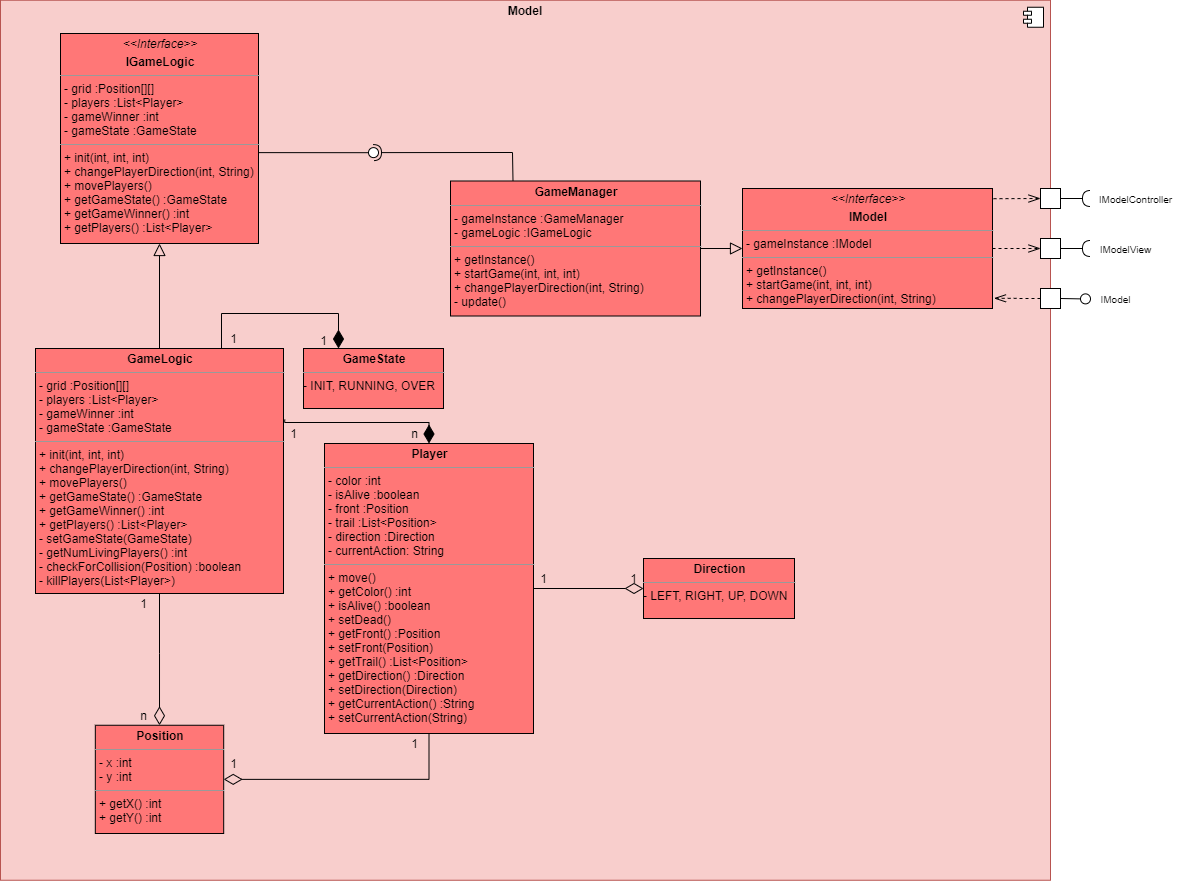
This is Doku/images/Model_Ebene3_Refactor.png from KjellooMelloo/gameoftrons, a draw.io export, as it was before one commit. Source tidied: cells renumbered, new cells last; positions are measured from the earlier drawing's top-left corner, leaving out a move shared by most shapes.
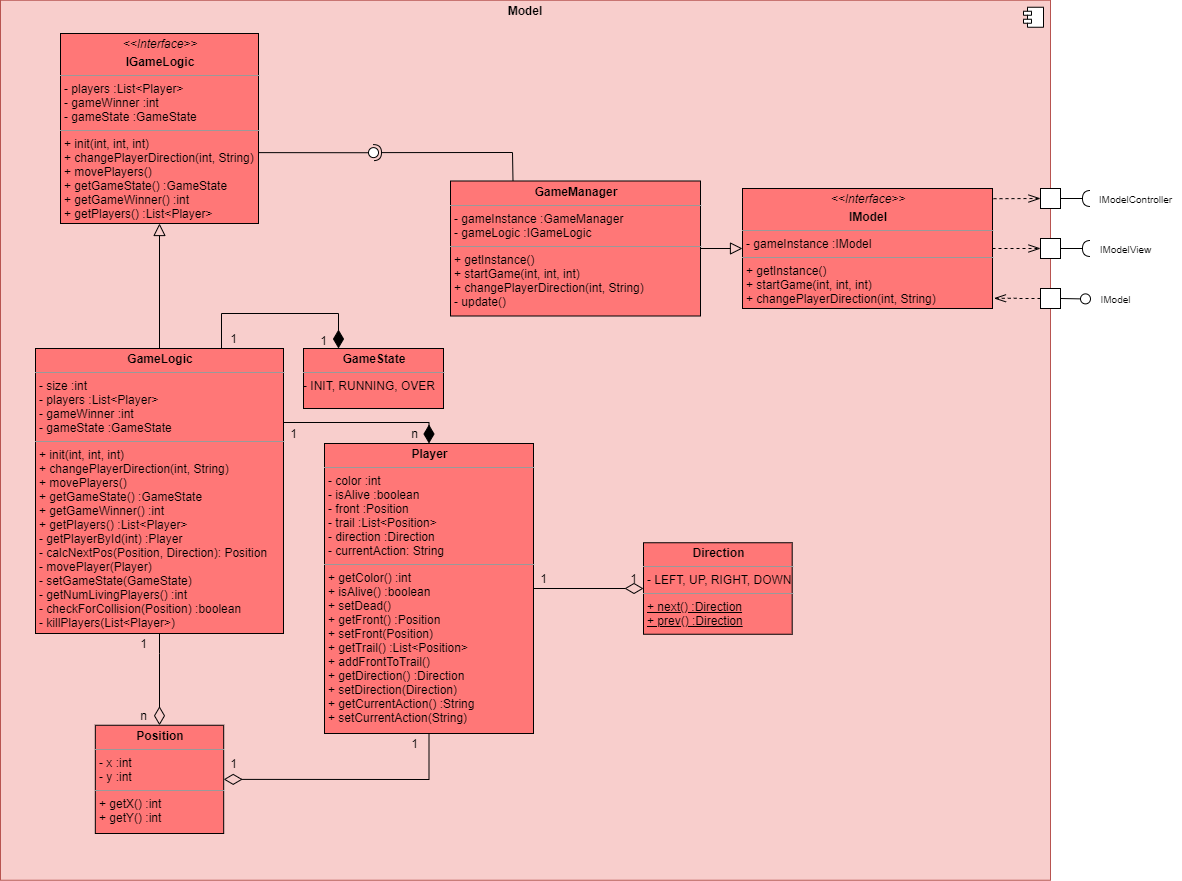
The same diagram one commit later.

Commit message:
changed some method logic and updated sd 4 + 5 incl. sd for move and checkForCollision

What changed in the source:
```diff
@@ -37,20 +37,21 @@
     <mxCell id="9" style="edgeStyle=orthogonalEdgeStyle;rounded=0;jettySize=auto;html=1;entryX=0.5;entryY=1;entryDx=0;entryDy=0;endArrow=block;endFill=0;endSize=10;" parent="1" edge="1" source="10" target="32">
       <mxGeometry relative="1" as="geometry" />
     </mxCell>
-    <mxCell id="10" value="&lt;p style=&quot;margin: 0px ; margin-top: 4px ; text-align: center&quot;&gt;&lt;b&gt;GameLogic&lt;/b&gt;&lt;/p&gt;&lt;hr size=&quot;1&quot;&gt;&lt;p style=&quot;margin: 0px ; margin-left: 4px&quot;&gt;- grid :Position[][]&lt;/p&gt;&lt;p style=&quot;margin: 0px ; margin-left: 4px&quot;&gt;- players :List&amp;lt;Player&amp;gt;&lt;/p&gt;&lt;p style=&quot;margin: 0px 0px 0px 4px&quot;&gt;&lt;span&gt;- gameWinner :int&lt;/span&gt;&lt;br&gt;&lt;/p&gt;&lt;p style=&quot;margin: 0px ; margin-left: 4px&quot;&gt;- gameState :GameState&lt;/p&gt;&lt;hr size=&quot;1&quot;&gt;&lt;p style=&quot;margin: 0px ; margin-left: 4px&quot;&gt;&lt;span&gt;+ init(int, int, int)&lt;/span&gt;&lt;/p&gt;&lt;p style=&quot;margin: 0px ; margin-left: 4px&quot;&gt;&lt;span&gt;+ changePlayerDirection(int, String)&lt;/span&gt;&lt;br&gt;&lt;/p&gt;&lt;p style=&quot;margin: 0px ; margin-left: 4px&quot;&gt;&lt;span&gt;+ movePlayers()&lt;/span&gt;&lt;/p&gt;&lt;p style=&quot;margin: 0px ; margin-left: 4px&quot;&gt;&lt;span&gt;+ getGameState() :GameState&lt;/span&gt;&lt;br&gt;&lt;/p&gt;&lt;p style=&quot;margin: 0px ; margin-left: 4px&quot;&gt;&lt;span&gt;+ getGameWinner() :int&lt;/span&gt;&lt;/p&gt;&lt;p style=&quot;margin: 0px ; margin-left: 4px&quot;&gt;+ getPlayers() :List&amp;lt;Player&amp;gt;&lt;/p&gt;&lt;p style=&quot;margin: 0px ; margin-left: 4px&quot;&gt;- setGameState(GameState)&lt;/p&gt;&lt;p style=&quot;margin: 0px 0px 0px 4px&quot;&gt;- getNumLivingPlayers() :int&lt;/p&gt;&lt;p style=&quot;margin: 0px 0px 0px 4px&quot;&gt;- checkForCollision(Position) :boolean&lt;/p&gt;&lt;p style=&quot;margin: 0px 0px 0px 4px&quot;&gt;- killPlayers(List&amp;lt;Player&amp;gt;)&lt;/p&gt;" style="verticalAlign=top;align=left;overflow=fill;fontSize=12;fontFamily=Helvetica;html=1;fillColor=#FF7777;strokeColor=#000000;" parent="1" vertex="1">
-      <mxGeometry x="35" y="348" width="248" height="245" as="geometry" />
+    <mxCell id="10" value="&lt;p style=&quot;margin: 0px ; margin-top: 4px ; text-align: center&quot;&gt;&lt;b&gt;GameLogic&lt;/b&gt;&lt;/p&gt;&lt;hr size=&quot;1&quot;&gt;&lt;p style=&quot;margin: 0px ; margin-left: 4px&quot;&gt;- size :int&lt;/p&gt;&lt;p style=&quot;margin: 0px ; margin-left: 4px&quot;&gt;- players :List&amp;lt;Player&amp;gt;&lt;/p&gt;&lt;p style=&quot;margin: 0px 0px 0px 4px&quot;&gt;&lt;span&gt;- gameWinner :int&lt;/span&gt;&lt;br&gt;&lt;/p&gt;&lt;p style=&quot;margin: 0px ; margin-left: 4px&quot;&gt;- gameState :GameState&lt;/p&gt;&lt;hr size=&quot;1&quot;&gt;&lt;p style=&quot;margin: 0px ; margin-left: 4px&quot;&gt;&lt;span&gt;+ init(int, int, int)&lt;/span&gt;&lt;/p&gt;&lt;p style=&quot;margin: 0px ; margin-left: 4px&quot;&gt;&lt;span&gt;+ changePlayerDirection(int, String)&lt;/span&gt;&lt;br&gt;&lt;/p&gt;&lt;p style=&quot;margin: 0px ; margin-left: 4px&quot;&gt;&lt;span&gt;+ movePlayers()&lt;/span&gt;&lt;/p&gt;&lt;p style=&quot;margin: 0px ; margin-left: 4px&quot;&gt;&lt;span&gt;+ getGameState() :GameState&lt;/span&gt;&lt;br&gt;&lt;/p&gt;&lt;p style=&quot;margin: 0px ; margin-left: 4px&quot;&gt;&lt;span&gt;+ getGameWinner() :int&lt;/span&gt;&lt;/p&gt;&lt;p style=&quot;margin: 0px ; margin-left: 4px&quot;&gt;+ getPlayers() :List&amp;lt;Player&amp;gt;&lt;/p&gt;&lt;p style=&quot;margin: 0px ; margin-left: 4px&quot;&gt;&lt;span&gt;- getPlayerById(int) :Player&lt;/span&gt;&lt;br&gt;&lt;/p&gt;&lt;p style=&quot;margin: 0px ; margin-left: 4px&quot;&gt;- calcNextPos(Position, Direction): Position&lt;/p&gt;&lt;p style=&quot;margin: 0px ; margin-left: 4px&quot;&gt;- movePlayer(Player)&lt;/p&gt;&lt;p style=&quot;margin: 0px ; margin-left: 4px&quot;&gt;- setGameState(GameState)&lt;/p&gt;&lt;p style=&quot;margin: 0px 0px 0px 4px&quot;&gt;- getNumLivingPlayers() :int&lt;/p&gt;&lt;p style=&quot;margin: 0px 0px 0px 4px&quot;&gt;- checkForCollision(Position) :boolean&lt;/p&gt;&lt;p style=&quot;margin: 0px 0px 0px 4px&quot;&gt;- killPlayers(List&amp;lt;Player&amp;gt;)&lt;/p&gt;" style="verticalAlign=top;align=left;overflow=fill;fontSize=12;fontFamily=Helvetica;html=1;fillColor=#FF7777;strokeColor=#000000;" parent="1" vertex="1">
+      <mxGeometry x="35" y="348" width="248" height="285" as="geometry" />
     </mxCell>
-    <mxCell id="11" style="endArrow=diamondThin;endSize=16;endFill=1;shadow=0;strokeWidth=1;rounded=0;edgeStyle=elbowEdgeStyle;elbow=vertical;entryX=0.5;entryY=0;entryDx=0;entryDy=0;exitX=1.005;exitY=0.29;exitDx=0;exitDy=0;exitPerimeter=0;" parent="1" edge="1" source="10" target="13">
+    <mxCell id="11" style="endArrow=diamondThin;endSize=16;endFill=1;shadow=0;strokeWidth=1;rounded=0;edgeStyle=elbowEdgeStyle;elbow=vertical;entryX=0.5;entryY=0;entryDx=0;entryDy=0;" parent="1" edge="1" target="13">
       <mxGeometry relative="1" as="geometry">
+        <mxPoint x="283" y="422" as="sourcePoint" />
         <Array as="points">
           <mxPoint x="363" y="422" />
         </Array>
       </mxGeometry>
     </mxCell>
-    <mxCell id="12" style="edgeStyle=orthogonalEdgeStyle;rounded=0;jettySize=auto;html=1;entryX=0;entryY=0.5;entryDx=0;entryDy=0;endArrow=diamondThin;endFill=0;endSize=16;" parent="1" edge="1" source="13" target="38">
+    <mxCell id="12" style="edgeStyle=orthogonalEdgeStyle;rounded=0;jettySize=auto;html=1;entryX=0;entryY=0.5;entryDx=0;entryDy=0;endArrow=diamondThin;endFill=0;endSize=16;" parent="1" edge="1" source="13" target="45">
       <mxGeometry relative="1" as="geometry" />
     </mxCell>
-    <mxCell id="13" value="&lt;p style=&quot;margin: 0px ; margin-top: 4px ; text-align: center&quot;&gt;&lt;b&gt;Player&lt;/b&gt;&lt;/p&gt;&lt;hr size=&quot;1&quot;&gt;&lt;p style=&quot;margin: 0px ; margin-left: 4px&quot;&gt;&lt;span&gt;- color :int&lt;/span&gt;&lt;/p&gt;&lt;p style=&quot;margin: 0px ; margin-left: 4px&quot;&gt;&lt;span&gt;- isAlive :boolean&lt;/span&gt;&lt;/p&gt;&lt;p style=&quot;margin: 0px ; margin-left: 4px&quot;&gt;- front :Position&lt;/p&gt;&lt;p style=&quot;margin: 0px ; margin-left: 4px&quot;&gt;- trail :List&amp;lt;Position&amp;gt;&lt;/p&gt;&lt;p style=&quot;margin: 0px ; margin-left: 4px&quot;&gt;- direction :Direction&lt;/p&gt;&lt;p style=&quot;margin: 0px ; margin-left: 4px&quot;&gt;- currentAction: String&lt;/p&gt;&lt;hr size=&quot;1&quot;&gt;&lt;p style=&quot;margin: 0px 0px 0px 4px&quot;&gt;+ move()&lt;/p&gt;&lt;p style=&quot;margin: 0px ; margin-left: 4px&quot;&gt;&lt;span&gt;+ getColor() :int&lt;/span&gt;&lt;br&gt;&lt;/p&gt;&lt;p style=&quot;margin: 0px ; margin-left: 4px&quot;&gt;&lt;span&gt;+ isAlive() :boolean&lt;/span&gt;&lt;/p&gt;&lt;p style=&quot;margin: 0px ; margin-left: 4px&quot;&gt;&lt;span&gt;+ setDead()&lt;/span&gt;&lt;/p&gt;&lt;p style=&quot;margin: 0px ; margin-left: 4px&quot;&gt;+ getFront() :Position&lt;/p&gt;&lt;p style=&quot;margin: 0px ; margin-left: 4px&quot;&gt;+ setFront(Position)&lt;/p&gt;&lt;p style=&quot;margin: 0px ; margin-left: 4px&quot;&gt;&lt;span&gt;+ getTrail() :List&amp;lt;Position&amp;gt;&lt;/span&gt;&lt;br&gt;&lt;/p&gt;&lt;p style=&quot;margin: 0px ; margin-left: 4px&quot;&gt;+ getDirection() :Direction&lt;/p&gt;&lt;p style=&quot;margin: 0px ; margin-left: 4px&quot;&gt;+ setDirection(Direction)&lt;/p&gt;&lt;p style=&quot;margin: 0px ; margin-left: 4px&quot;&gt;+ getCurrentAction() :String&lt;/p&gt;&lt;p style=&quot;margin: 0px ; margin-left: 4px&quot;&gt;+ setCurrentAction(String)&lt;/p&gt;" style="verticalAlign=top;align=left;overflow=fill;fontSize=12;fontFamily=Helvetica;html=1;fillColor=#FF7777;strokeColor=#000000;" parent="1" vertex="1">
+    <mxCell id="13" value="&lt;p style=&quot;margin: 0px ; margin-top: 4px ; text-align: center&quot;&gt;&lt;b&gt;Player&lt;/b&gt;&lt;/p&gt;&lt;hr size=&quot;1&quot;&gt;&lt;p style=&quot;margin: 0px ; margin-left: 4px&quot;&gt;&lt;span&gt;- color :int&lt;/span&gt;&lt;/p&gt;&lt;p style=&quot;margin: 0px ; margin-left: 4px&quot;&gt;&lt;span&gt;- isAlive :boolean&lt;/span&gt;&lt;/p&gt;&lt;p style=&quot;margin: 0px ; margin-left: 4px&quot;&gt;- front :Position&lt;/p&gt;&lt;p style=&quot;margin: 0px ; margin-left: 4px&quot;&gt;- trail :List&amp;lt;Position&amp;gt;&lt;/p&gt;&lt;p style=&quot;margin: 0px ; margin-left: 4px&quot;&gt;- direction :Direction&lt;/p&gt;&lt;p style=&quot;margin: 0px ; margin-left: 4px&quot;&gt;- currentAction: String&lt;/p&gt;&lt;hr size=&quot;1&quot;&gt;&lt;p style=&quot;margin: 0px 0px 0px 4px&quot;&gt;&lt;span&gt;+ getColor() :int&lt;/span&gt;&lt;br&gt;&lt;/p&gt;&lt;p style=&quot;margin: 0px ; margin-left: 4px&quot;&gt;&lt;span&gt;+ isAlive() :boolean&lt;/span&gt;&lt;/p&gt;&lt;p style=&quot;margin: 0px ; margin-left: 4px&quot;&gt;&lt;span&gt;+ setDead()&lt;/span&gt;&lt;/p&gt;&lt;p style=&quot;margin: 0px ; margin-left: 4px&quot;&gt;+ getFront() :Position&lt;/p&gt;&lt;p style=&quot;margin: 0px ; margin-left: 4px&quot;&gt;+ setFront(Position)&lt;/p&gt;&lt;p style=&quot;margin: 0px ; margin-left: 4px&quot;&gt;&lt;span&gt;+ getTrail() :List&amp;lt;Position&amp;gt;&lt;/span&gt;&lt;br&gt;&lt;/p&gt;&lt;p style=&quot;margin: 0px ; margin-left: 4px&quot;&gt;&lt;span&gt;+ addFrontToTrail()&lt;/span&gt;&lt;/p&gt;&lt;p style=&quot;margin: 0px ; margin-left: 4px&quot;&gt;+ getDirection() :Direction&lt;/p&gt;&lt;p style=&quot;margin: 0px ; margin-left: 4px&quot;&gt;+ setDirection(Direction)&lt;/p&gt;&lt;p style=&quot;margin: 0px ; margin-left: 4px&quot;&gt;+ getCurrentAction() :String&lt;/p&gt;&lt;p style=&quot;margin: 0px ; margin-left: 4px&quot;&gt;+ setCurrentAction(String)&lt;/p&gt;" style="verticalAlign=top;align=left;overflow=fill;fontSize=12;fontFamily=Helvetica;html=1;fillColor=#FF7777;strokeColor=#000000;" parent="1" vertex="1">
       <mxGeometry x="324" y="443" width="209" height="290" as="geometry" />
     </mxCell>
     <mxCell id="14" style="rounded=0;whiteSpace=wrap;html=1;" parent="1" vertex="1">
@@ -81,7 +82,7 @@
       <mxGeometry x="133" y="704.8" width="20" height="20" as="geometry" />
     </mxCell>
     <mxCell id="23" value="1" style="text;html=1;align=center;verticalAlign=middle;" parent="1" vertex="1">
-      <mxGeometry x="133" y="593" width="20" height="20" as="geometry" />
+      <mxGeometry x="133" y="633" width="20" height="20" as="geometry" />
     </mxCell>
     <mxCell id="24" value="1" style="text;html=1;align=center;verticalAlign=middle;" parent="1" vertex="1">
       <mxGeometry x="283" y="423" width="20" height="20" as="geometry" />
@@ -111,8 +112,8 @@
     <mxCell id="31" value="1" style="text;html=1;align=center;verticalAlign=middle;" parent="1" vertex="1">
       <mxGeometry x="223" y="328" width="20" height="20" as="geometry" />
     </mxCell>
-    <mxCell id="32" value="&lt;p style=&quot;margin: 0px ; margin-top: 4px ; text-align: center&quot;&gt;&lt;i&gt;&amp;lt;&amp;lt;Interface&amp;gt;&amp;gt;&lt;/i&gt;&lt;/p&gt;&lt;p style=&quot;margin: 0px ; margin-top: 4px ; text-align: center&quot;&gt;&lt;b&gt;IGameLogic&lt;/b&gt;&lt;/p&gt;&lt;hr size=&quot;1&quot;&gt;&lt;p style=&quot;margin: 0px ; margin-left: 4px&quot;&gt;- grid :Position[][]&amp;nbsp;&lt;/p&gt;&lt;p style=&quot;margin: 0px ; margin-left: 4px&quot;&gt;&lt;span&gt;- players :List&amp;lt;Player&amp;gt;&lt;/span&gt;&lt;/p&gt;&lt;p style=&quot;margin: 0px ; margin-left: 4px&quot;&gt;&lt;span&gt;- gameWinner :int&lt;/span&gt;&lt;br&gt;&lt;/p&gt;&lt;p style=&quot;margin: 0px ; margin-left: 4px&quot;&gt;- gameState :GameState&lt;/p&gt;&lt;hr size=&quot;1&quot;&gt;&lt;p style=&quot;margin: 0px ; margin-left: 4px&quot;&gt;+ init(int, int, int)&lt;/p&gt;&lt;p style=&quot;margin: 0px ; margin-left: 4px&quot;&gt;+ changePlayerDirection(int, String)&lt;/p&gt;&lt;p style=&quot;margin: 0px ; margin-left: 4px&quot;&gt;&lt;span&gt;+ movePlayers()&lt;/span&gt;&lt;/p&gt;&lt;p style=&quot;margin: 0px ; margin-left: 4px&quot;&gt;&lt;span&gt;+ getGameState() :GameState&lt;/span&gt;&lt;br&gt;&lt;/p&gt;&lt;p style=&quot;margin: 0px ; margin-left: 4px&quot;&gt;&lt;span&gt;+ getGameWinner() :int&lt;/span&gt;&lt;/p&gt;&lt;p style=&quot;margin: 0px ; margin-left: 4px&quot;&gt;+ getPlayers() :List&amp;lt;Player&amp;gt;&lt;/p&gt;" style="verticalAlign=top;align=left;overflow=fill;fontSize=12;fontFamily=Helvetica;html=1;fillColor=#FF7777;strokeColor=#000000;" parent="1" vertex="1">
-      <mxGeometry x="60" y="33" width="198" height="210" as="geometry" />
+    <mxCell id="32" value="&lt;p style=&quot;margin: 0px ; margin-top: 4px ; text-align: center&quot;&gt;&lt;i&gt;&amp;lt;&amp;lt;Interface&amp;gt;&amp;gt;&lt;/i&gt;&lt;/p&gt;&lt;p style=&quot;margin: 0px ; margin-top: 4px ; text-align: center&quot;&gt;&lt;b&gt;IGameLogic&lt;/b&gt;&lt;/p&gt;&lt;hr size=&quot;1&quot;&gt;&lt;p style=&quot;margin: 0px ; margin-left: 4px&quot;&gt;&lt;span&gt;- players :List&amp;lt;Player&amp;gt;&lt;/span&gt;&lt;br&gt;&lt;/p&gt;&lt;p style=&quot;margin: 0px ; margin-left: 4px&quot;&gt;&lt;span&gt;- gameWinner :int&lt;/span&gt;&lt;br&gt;&lt;/p&gt;&lt;p style=&quot;margin: 0px ; margin-left: 4px&quot;&gt;- gameState :GameState&lt;/p&gt;&lt;hr size=&quot;1&quot;&gt;&lt;p style=&quot;margin: 0px ; margin-left: 4px&quot;&gt;+ init(int, int, int)&lt;/p&gt;&lt;p style=&quot;margin: 0px ; margin-left: 4px&quot;&gt;+ changePlayerDirection(int, String)&lt;/p&gt;&lt;p style=&quot;margin: 0px ; margin-left: 4px&quot;&gt;&lt;span&gt;+ movePlayers()&lt;/span&gt;&lt;/p&gt;&lt;p style=&quot;margin: 0px ; margin-left: 4px&quot;&gt;&lt;span&gt;+ getGameState() :GameState&lt;/span&gt;&lt;br&gt;&lt;/p&gt;&lt;p style=&quot;margin: 0px ; margin-left: 4px&quot;&gt;&lt;span&gt;+ getGameWinner() :int&lt;/span&gt;&lt;/p&gt;&lt;p style=&quot;margin: 0px ; margin-left: 4px&quot;&gt;+ getPlayers() :List&amp;lt;Player&amp;gt;&lt;/p&gt;" style="verticalAlign=top;align=left;overflow=fill;fontSize=12;fontFamily=Helvetica;html=1;fillColor=#FF7777;strokeColor=#000000;" parent="1" vertex="1">
+      <mxGeometry x="60" y="33" width="198" height="190" as="geometry" />
     </mxCell>
     <mxCell id="33" style="edgeStyle=orthogonalEdgeStyle;rounded=0;jettySize=auto;html=1;entryX=0;entryY=0.5;entryDx=0;entryDy=0;dashed=1;endArrow=openThin;endFill=0;endSize=10;exitX=1.004;exitY=0.085;exitDx=0;exitDy=0;exitPerimeter=0;" parent="1" edge="1" source="34" target="14">
       <mxGeometry relative="1" as="geometry">
@@ -139,33 +140,33 @@
     <mxCell id="37" style="ellipse;whiteSpace=wrap;html=1;fontFamily=Helvetica;fontSize=12;fontColor=#000000;align=center;strokeColor=#000000;fillColor=#ffffff;points=[];" parent="1" vertex="1">
       <mxGeometry x="368" y="147.1" width="10" height="10" as="geometry" />
     </mxCell>
-    <mxCell id="38" value="&lt;p style=&quot;margin: 0px ; margin-top: 4px ; text-align: center&quot;&gt;&lt;b&gt;Direction&lt;/b&gt;&lt;/p&gt;&lt;hr size=&quot;1&quot;&gt;&lt;div style=&quot;height: 2px&quot;&gt;- LEFT, RIGHT, UP, DOWN&lt;/div&gt;" style="verticalAlign=top;align=left;overflow=fill;fontSize=12;fontFamily=Helvetica;html=1;fillColor=#FF7777;" parent="1" vertex="1">
-      <mxGeometry x="643" y="558" width="151" height="60" as="geometry" />
+    <mxCell id="38" value="1" style="text;html=1;align=center;verticalAlign=middle;points=[];" parent="1" vertex="1">
+      <mxGeometry x="533" y="568" width="20" height="20" as="geometry" />
     </mxCell>
     <mxCell id="39" value="1" style="text;html=1;align=center;verticalAlign=middle;" parent="1" vertex="1">
-      <mxGeometry x="533" y="568" width="20" height="20" as="geometry" />
+      <mxGeometry x="623" y="568" width="20" height="20" as="geometry" />
     </mxCell>
-    <mxCell id="40" value="1" style="text;html=1;align=center;verticalAlign=middle;points=[];" parent="1" vertex="1">
-      <mxGeometry x="623" y="568" width="20" height="20" as="geometry" />
+    <mxCell id="40" style="rounded=0;whiteSpace=wrap;html=1;" parent="1" vertex="1">
+      <mxGeometry x="1040" y="238" width="20" height="20" as="geometry" />
     </mxCell>
-    <mxCell id="41" style="rounded=0;whiteSpace=wrap;html=1;" parent="1" vertex="1">
-      <mxGeometry x="1040" y="238" width="20" height="20" as="geometry" />
+    <mxCell id="41" style="edgeStyle=orthogonalEdgeStyle;rounded=0;jettySize=auto;html=1;entryX=0;entryY=0.5;entryDx=0;entryDy=0;dashed=1;endArrow=openThin;endFill=0;endSize=10;exitX=1;exitY=0.5;exitDx=0;exitDy=0;" parent="1" edge="1" source="34" target="40">
+      <mxGeometry relative="1" as="geometry">
+        <Array as="points">
+          <mxPoint x="992" y="248" />
+        </Array>
+      </mxGeometry>
     </mxCell>
-    <mxCell id="42" style="edgeStyle=orthogonalEdgeStyle;rounded=0;jettySize=auto;html=1;entryX=0;entryY=0.5;entryDx=0;entryDy=0;dashed=1;endArrow=openThin;endFill=0;endSize=10;exitX=1;exitY=0.5;exitDx=0;exitDy=0;" parent="1" edge="1" source="34" target="41">
-      <mxGeometry relative="1" as="geometry">
-        <Array as="points">
-          <mxPoint x="992" y="248" />
-        </Array>
-      </mxGeometry>
+    <mxCell id="42" value="&lt;span style=&quot;font-size: 10px&quot;&gt;IModelView&lt;/span&gt;" style="text;html=1;align=center;verticalAlign=middle;points=[];" parent="1" vertex="1">
+      <mxGeometry x="1090" y="238" width="70" height="20" as="geometry" />
     </mxCell>
-    <mxCell id="43" value="&lt;span style=&quot;font-size: 10px&quot;&gt;IModelView&lt;/span&gt;" style="text;html=1;align=center;verticalAlign=middle;points=[];" parent="1" vertex="1">
-      <mxGeometry x="1090" y="238" width="70" height="20" as="geometry" />
+    <mxCell id="43" style="rounded=0;jettySize=auto;html=1;endArrow=halfCircle;endFill=0;endSize=6;strokeWidth=1;exitX=1;exitY=0.5;exitDx=0;exitDy=0;" parent="1" edge="1" source="40" target="42">
+      <mxGeometry relative="1" as="geometry" />
     </mxCell>
-    <mxCell id="44" style="rounded=0;jettySize=auto;html=1;endArrow=halfCircle;endFill=0;endSize=6;strokeWidth=1;exitX=1;exitY=0.5;exitDx=0;exitDy=0;" parent="1" edge="1" source="41" target="43">
+    <mxCell id="44" style="edgeStyle=orthogonalEdgeStyle;rounded=0;jettySize=auto;html=1;entryX=1;entryY=0.5;entryDx=0;entryDy=0;endArrow=diamondThin;endFill=0;endSize=16;exitX=0.5;exitY=1;exitDx=0;exitDy=0;" parent="1" edge="1" source="13" target="8">
       <mxGeometry relative="1" as="geometry" />
     </mxCell>
-    <mxCell id="45" style="edgeStyle=orthogonalEdgeStyle;rounded=0;jettySize=auto;html=1;entryX=1;entryY=0.5;entryDx=0;entryDy=0;endArrow=diamondThin;endFill=0;endSize=16;exitX=0.5;exitY=1;exitDx=0;exitDy=0;" parent="1" edge="1" source="13" target="8">
-      <mxGeometry relative="1" as="geometry" />
+    <mxCell id="45" value="&lt;p style=&quot;margin: 0px ; margin-top: 4px ; text-align: center&quot;&gt;&lt;b&gt;Direction&lt;/b&gt;&lt;/p&gt;&lt;hr size=&quot;1&quot;&gt;&lt;p style=&quot;margin: 0px ; margin-left: 4px&quot;&gt;- LEFT, UP, RIGHT, DOWN&lt;br&gt;&lt;/p&gt;&lt;hr size=&quot;1&quot;&gt;&lt;p style=&quot;margin: 0px ; margin-left: 4px&quot;&gt;&lt;u&gt;+ next() :Direction&lt;/u&gt;&lt;/p&gt;&lt;p style=&quot;margin: 0px ; margin-left: 4px&quot;&gt;&lt;u&gt;+ prev() :Direction&lt;/u&gt;&lt;/p&gt;" style="verticalAlign=top;align=left;overflow=fill;fontSize=12;fontFamily=Helvetica;html=1;fillColor=#FF7777;strokeColor=#000000;" parent="1" vertex="1">
+      <mxGeometry x="643" y="542.2" width="148.7" height="91.5" as="geometry" />
     </mxCell>
   </root>
 </mxGraphModel>
```
